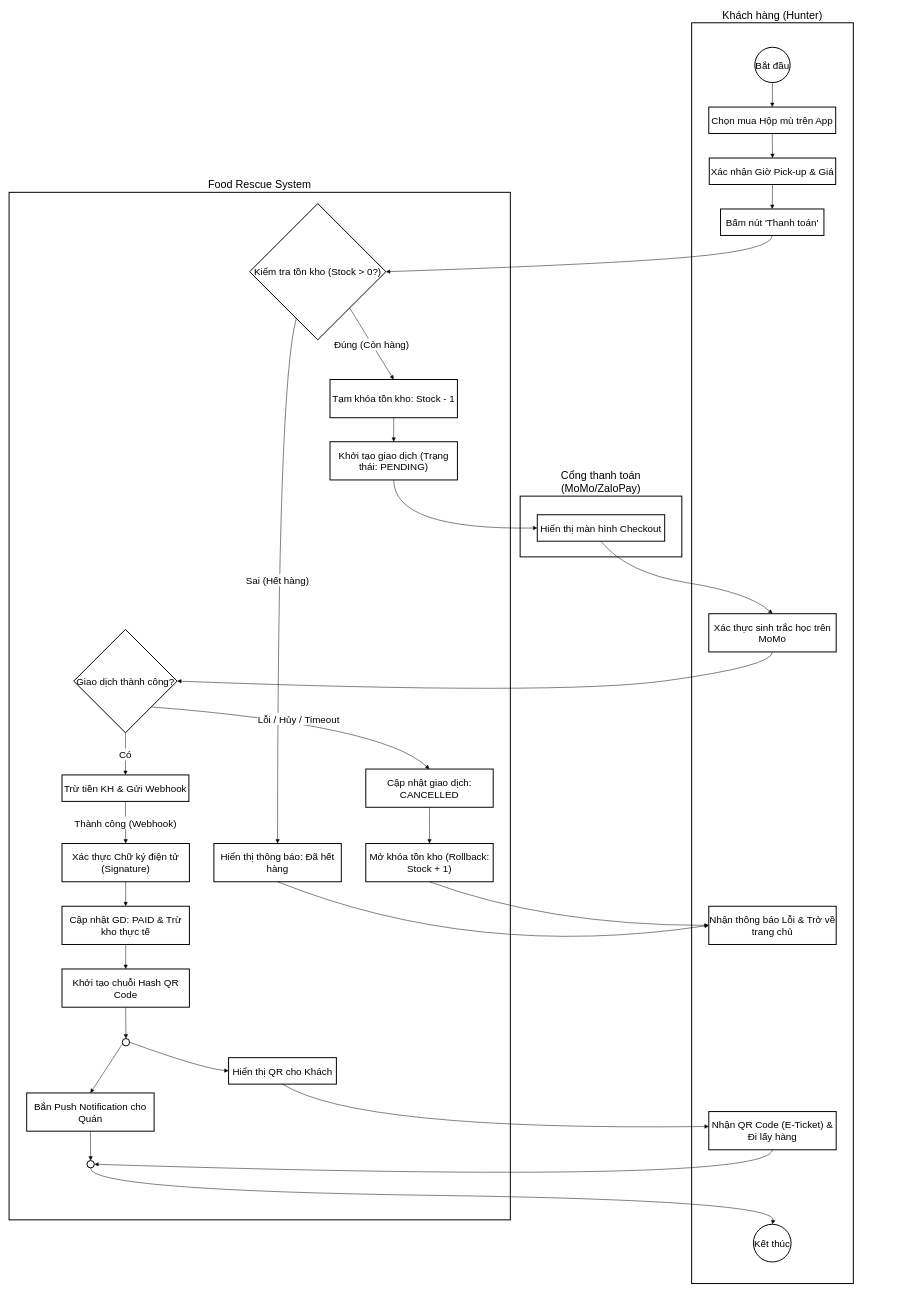
Above: food-rescue/avtd-blind-box.drawio in shin-client/drawio (draw.io), before the change. Source tidied: cells renumbered, new cells numbered last; positions are measured from the earlier drawing's top-left corner, leaving out a move shared by most shapes. Both pictures are drawn from the tidied source at 49%, with x=0, y=0 at pixel (9, 23).
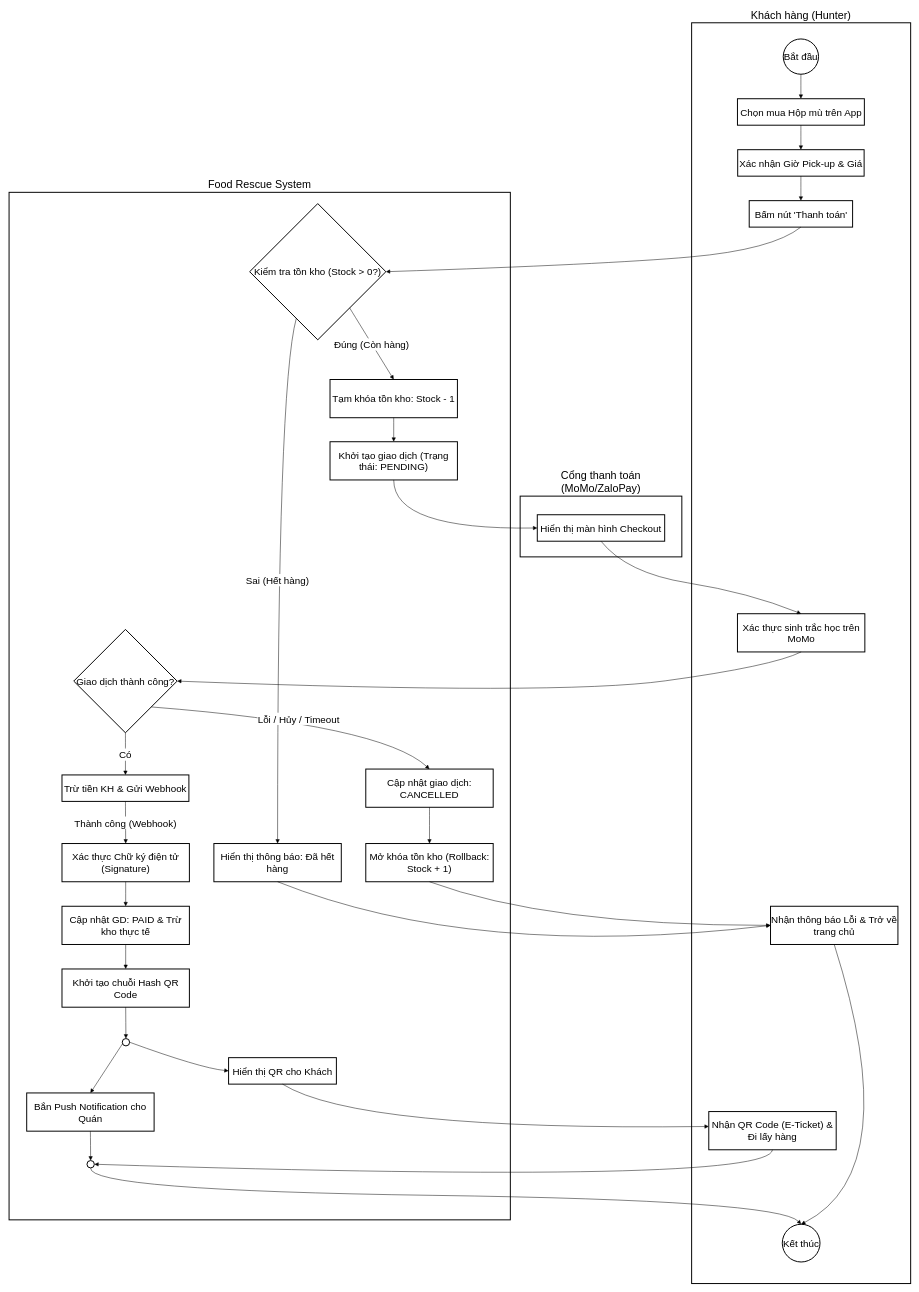
Above is the later version.

Diff of the diagram source:
```diff
@@
     <mxCell id="4" value="Khách hàng (Hunter)" style="whiteSpace=wrap;strokeWidth=2;labelPosition=center;verticalLabelPosition=top;align=center;verticalAlign=bottom;fontSize=22;" parent="1" vertex="1">
-      <mxGeometry x="1393" width="330" height="2573" as="geometry" />
+      <mxGeometry x="1393" width="447" height="2573" as="geometry" />
     </mxCell>
     <mxCell id="5" value="Bắt đầu" style="ellipse;strokeWidth=2;whiteSpace=wrap;fontSize=20;" parent="1" vertex="1">
-      <mxGeometry x="1522" y="50" width="72" height="72" as="geometry" />
+      <mxGeometry x="1580" y="33" width="72" height="72" as="geometry" />
     </mxCell>
     <mxCell id="6" value="Chọn mua Hộp mù trên App" style="whiteSpace=wrap;strokeWidth=2;fontSize=20;" parent="1" vertex="1">
-      <mxGeometry x="1428" y="172" width="259" height="54" as="geometry" />
+      <mxGeometry x="1486.5" y="155" width="259" height="54" as="geometry" />
     </mxCell>
     <mxCell id="7" value="Xác nhận Giờ Pick-up &amp; Giá" style="whiteSpace=wrap;strokeWidth=2;fontSize=20;" parent="1" vertex="1">
-      <mxGeometry x="1429" y="276" width="258" height="54" as="geometry" />
+      <mxGeometry x="1487" y="259" width="258" height="54" as="geometry" />
     </mxCell>
     <mxCell id="8" value="Bấm nút 'Thanh toán'" style="whiteSpace=wrap;strokeWidth=2;fontSize=20;" parent="1" vertex="1">
-      <mxGeometry x="1452" y="380" width="211" height="54" as="geometry" />
+      <mxGeometry x="1510.5" y="363" width="211" height="54" as="geometry" />
     </mxCell>
     <mxCell id="9" value="Nhận thông báo Lỗi &amp; Trở về trang chủ" style="whiteSpace=wrap;strokeWidth=2;fontSize=20;" parent="1" vertex="1">
-      <mxGeometry x="1428" y="1803" width="260" height="78" as="geometry" />
+      <mxGeometry x="1554" y="1803" width="260" height="78" as="geometry" />
     </mxCell>
     <mxCell id="10" value="Xác thực sinh trắc học trên MoMo" style="whiteSpace=wrap;strokeWidth=2;fontSize=20;" parent="1" vertex="1">
-      <mxGeometry x="1428" y="1206" width="260" height="78" as="geometry" />
+      <mxGeometry x="1486.5" y="1206" width="260" height="78" as="geometry" />
     </mxCell>
@@
     <mxCell id="12" value="Kết thúc" style="ellipse;strokeWidth=2;whiteSpace=wrap;fontSize=20;" parent="1" vertex="1">
-      <mxGeometry x="1519" y="2452" width="77" height="77" as="geometry" />
+      <mxGeometry x="1578" y="2452" width="77" height="77" as="geometry" />
     </mxCell>
@@
+    <mxCell id="54" style="curved=1;startArrow=none;endArrow=block;exitX=0.5;exitY=1;entryX=0.5;entryY=0;rounded=0;fontSize=20;entryDx=0;entryDy=0;exitDx=0;exitDy=0;" parent="1" edge="1" source="9" target="12">
+      <mxGeometry relative="1" as="geometry">
+        <Array as="points">
+          <mxPoint x="1830" y="2343" />
+        </Array>
+      </mxGeometry>
+    </mxCell>
```
